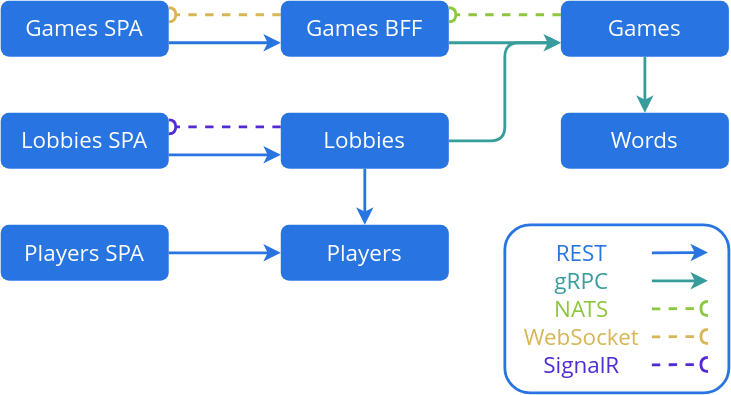
The draw.io diagram docs/img/architecture.svg in deesejohn/distributed-codenames, before a commit. Source tidied: cells renumbered, new cells last; positions are measured from the earlier drawing's top-left corner, leaving out a move shared by most shapes.
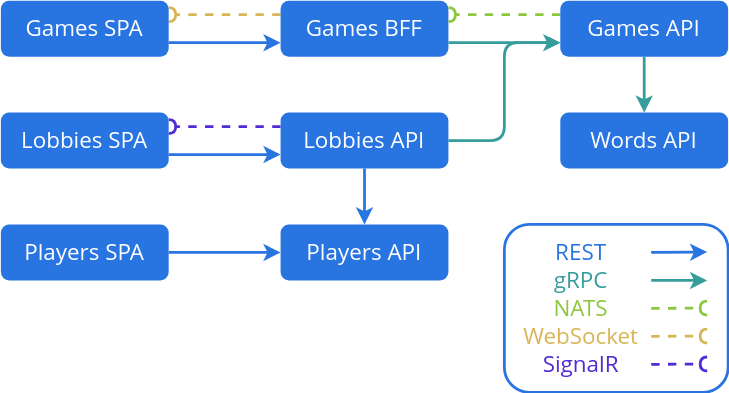
After the change.

Change to the diagram source:
```diff
@@ -22,7 +22,7 @@
         </Array>
       </mxGeometry>
     </mxCell>
-    <mxCell id="7" value="&lt;span style=&quot;background-color: transparent&quot;&gt;&lt;font color=&quot;#FFFFFF&quot;&gt;&lt;span&gt;Games&lt;br&gt;&lt;/span&gt;&lt;/font&gt;&lt;/span&gt;" style="whiteSpace=wrap;html=1;fillColor=#2875E2;perimeterSpacing=0;rounded=1;strokeColor=none;fontSize=16;fontFamily=Open Sans;fontSource=https%3A%2F%2Ffonts.googleapis.com%2Fcss%3Ffamily%3DOpen%2BSans;fontStyle=0;" parent="1" vertex="1">
+    <mxCell id="7" value="&lt;span style=&quot;background-color: transparent&quot;&gt;&lt;font color=&quot;#FFFFFF&quot;&gt;&lt;span&gt;Games API&lt;br&gt;&lt;/span&gt;&lt;/font&gt;&lt;/span&gt;" style="whiteSpace=wrap;html=1;fillColor=#2875E2;perimeterSpacing=0;rounded=1;strokeColor=none;fontSize=16;fontFamily=Open Sans;fontSource=https%3A%2F%2Ffonts.googleapis.com%2Fcss%3Ffamily%3DOpen%2BSans;fontStyle=0;" parent="1" vertex="1">
       <mxGeometry x="400" width="120" height="40" as="geometry" />
     </mxCell>
     <mxCell id="8" style="edgeStyle=orthogonalEdgeStyle;rounded=1;jumpStyle=arc;jettySize=auto;html=1;exitX=0;exitY=0.25;exitDx=0;exitDy=0;entryX=1;entryY=0.25;entryDx=0;entryDy=0;strokeColor=#512BD4;strokeWidth=2;fillColor=#e1d5e7;dashed=1;endArrow=halfCircle;endFill=0;endSize=2;" parent="1" edge="1" source="11" target="18">
@@ -34,16 +34,16 @@
     <mxCell id="10" style="edgeStyle=orthogonalEdgeStyle;rounded=1;jettySize=auto;html=1;exitX=1;exitY=0.5;exitDx=0;exitDy=0;entryX=0;entryY=0.75;entryDx=0;entryDy=0;fontFamily=Helvetica;fontSource=https%3A%2F%2Ffonts.googleapis.com%2Fcss%3Ffamily%3DOpen%2BSans;fontSize=11;endArrow=classic;endFill=0;endSize=2;strokeColor=#379c9c;strokeWidth=2;" parent="1" edge="1" source="11" target="7">
       <mxGeometry relative="1" as="geometry" />
     </mxCell>
-    <mxCell id="11" value="&lt;div&gt;&lt;span style=&quot;background-color: transparent&quot;&gt;&lt;font color=&quot;#FFFFFF&quot;&gt;&lt;span&gt;Lobbies&lt;br&gt;&lt;/span&gt;&lt;/font&gt;&lt;/span&gt;&lt;/div&gt;" style="whiteSpace=wrap;html=1;fillColor=#2875E2;perimeterSpacing=0;rounded=1;strokeColor=none;fontSize=16;fontFamily=Open Sans;fontSource=https%3A%2F%2Ffonts.googleapis.com%2Fcss%3Ffamily%3DOpen%2BSans;fontStyle=0;" parent="1" vertex="1">
+    <mxCell id="11" value="&lt;div&gt;&lt;span style=&quot;background-color: transparent&quot;&gt;&lt;font color=&quot;#FFFFFF&quot;&gt;&lt;span&gt;Lobbies API&lt;br&gt;&lt;/span&gt;&lt;/font&gt;&lt;/span&gt;&lt;/div&gt;" style="whiteSpace=wrap;html=1;fillColor=#2875E2;perimeterSpacing=0;rounded=1;strokeColor=none;fontSize=16;fontFamily=Open Sans;fontSource=https%3A%2F%2Ffonts.googleapis.com%2Fcss%3Ffamily%3DOpen%2BSans;fontStyle=0;" parent="1" vertex="1">
       <mxGeometry x="200" y="80" width="120" height="40" as="geometry" />
     </mxCell>
     <mxCell id="12" style="edgeStyle=orthogonalEdgeStyle;jumpStyle=arc;jettySize=auto;html=1;exitX=1;exitY=0.5;exitDx=0;exitDy=0;entryX=0;entryY=0.5;entryDx=0;entryDy=0;strokeColor=#2875E2;strokeWidth=2;rounded=1;" parent="1" edge="1" source="19" target="13">
       <mxGeometry relative="1" as="geometry" />
     </mxCell>
-    <mxCell id="13" value="&lt;font color=&quot;#FFFFFF&quot; style=&quot;font-size: 16px;&quot;&gt;&lt;span style=&quot;font-size: 16px;&quot;&gt;Players&lt;/span&gt;&lt;/font&gt;" style="whiteSpace=wrap;html=1;fillColor=#2875E2;perimeterSpacing=0;rounded=1;strokeColor=none;fontSize=16;fontFamily=Open Sans;fontSource=https%3A%2F%2Ffonts.googleapis.com%2Fcss%3Ffamily%3DOpen%2BSans;fontStyle=0;" parent="1" vertex="1">
+    <mxCell id="13" value="&lt;font color=&quot;#FFFFFF&quot; style=&quot;font-size: 16px;&quot;&gt;&lt;span style=&quot;font-size: 16px;&quot;&gt;Players API&lt;br&gt;&lt;/span&gt;&lt;/font&gt;" style="whiteSpace=wrap;html=1;fillColor=#2875E2;perimeterSpacing=0;rounded=1;strokeColor=none;fontSize=16;fontFamily=Open Sans;fontSource=https%3A%2F%2Ffonts.googleapis.com%2Fcss%3Ffamily%3DOpen%2BSans;fontStyle=0;" parent="1" vertex="1">
       <mxGeometry x="200" y="160" width="120" height="40" as="geometry" />
     </mxCell>
-    <mxCell id="14" value="&lt;font color=&quot;#FFFFFF&quot;&gt;&lt;span&gt;Words&lt;/span&gt;&lt;/font&gt;" style="whiteSpace=wrap;html=1;fillColor=#2875E2;perimeterSpacing=0;rounded=1;strokeColor=none;fontSize=16;fontFamily=Open Sans;fontSource=https%3A%2F%2Ffonts.googleapis.com%2Fcss%3Ffamily%3DOpen%2BSans;fontStyle=0;" parent="1" vertex="1">
+    <mxCell id="14" value="&lt;font color=&quot;#FFFFFF&quot;&gt;&lt;span&gt;Words API&lt;/span&gt;&lt;/font&gt;" style="whiteSpace=wrap;html=1;fillColor=#2875E2;perimeterSpacing=0;rounded=1;strokeColor=none;fontSize=16;fontFamily=Open Sans;fontSource=https%3A%2F%2Ffonts.googleapis.com%2Fcss%3Ffamily%3DOpen%2BSans;fontStyle=0;" parent="1" vertex="1">
       <mxGeometry x="400" y="80" width="120" height="40" as="geometry" />
     </mxCell>
     <mxCell id="15" style="endArrow=classic;html=1;strokeColor=#379C9C;strokeWidth=2;" parent="1" edge="1">
```
